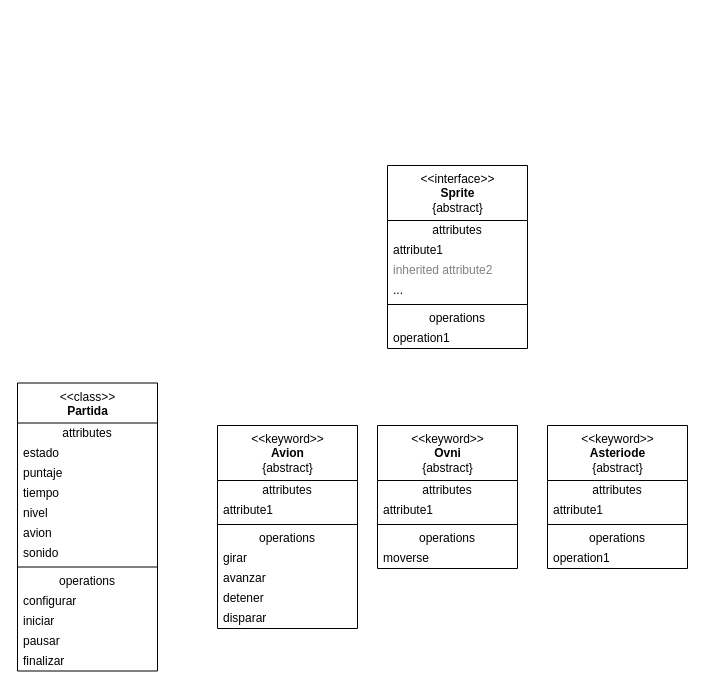
Earlier version of the draw.io diagram clases.dio (PanoccaJhon/TO-naves). Source tidied: cells renumbered, new cells numbered last; positions are measured from the earlier drawing's top-left corner, leaving out a move shared by most shapes. Both pictures are drawn from the tidied source at 100%, with x=0, y=0 at pixel (17, 165).
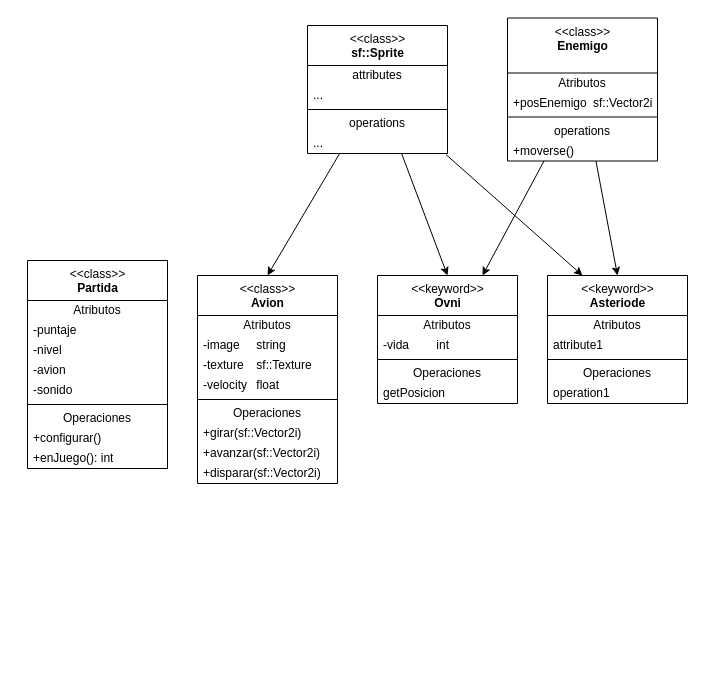
The same page after the edit.

Commit message (it also covers changes not shown here):
versin 2 de clases

The edit, as a diff of the source:
```diff
@@
     <mxCell id="2" value="&amp;lt;&amp;lt;class&amp;gt;&amp;gt;&lt;br&gt;&lt;b&gt;Partida&lt;/b&gt;" style="swimlane;fontStyle=0;align=center;verticalAlign=top;horizontal=1;startSize=40;html=1;" parent="1" vertex="1">
-      <mxGeometry y="217.5" width="140" height="288" as="geometry" />
+      <mxGeometry x="10" y="95" width="140" height="208" as="geometry" />
     </mxCell>
-    <mxCell id="3" value="attributes" style="text;html=1;strokeColor=none;fillColor=none;align=center;verticalAlign=middle;spacingLeft=4;spacingRight=4;overflow=hidden;" parent="2" vertex="1">
+    <mxCell id="3" value="Atributos" style="text;html=1;strokeColor=none;fillColor=none;align=center;verticalAlign=middle;spacingLeft=4;spacingRight=4;overflow=hidden;" parent="2" vertex="1">
       <mxGeometry y="40" width="140" height="20" as="geometry" />
     </mxCell>
-    <mxCell id="4" value="estado" style="text;html=1;strokeColor=none;fillColor=none;align=left;verticalAlign=middle;spacingLeft=4;spacingRight=4;overflow=hidden;" parent="2" vertex="1">
-      <mxGeometry y="60" width="140" height="20" as="geometry" />
-    </mxCell>
-    <mxCell id="5" value="puntaje" style="text;html=1;strokeColor=none;fillColor=none;align=left;verticalAlign=middle;spacingLeft=4;spacingRight=4;overflow=hidden;" parent="2" vertex="1">
-      <mxGeometry y="80" width="140" height="20" as="geometry" />
+    <mxCell id="5" value="-puntaje" style="text;html=1;strokeColor=none;fillColor=none;align=left;verticalAlign=middle;spacingLeft=4;spacingRight=4;overflow=hidden;" parent="2" vertex="1">
+      <mxGeometry y="60" width="140" height="20" as="geometry" />
     </mxCell>
-    <mxCell id="6" value="tiempo" style="text;html=1;strokeColor=none;fillColor=none;align=left;verticalAlign=middle;spacingLeft=4;spacingRight=4;overflow=hidden;" parent="2" vertex="1">
-      <mxGeometry y="100" width="140" height="20" as="geometry" />
-    </mxCell>
-    <mxCell id="7" value="nivel" style="text;html=1;strokeColor=none;fillColor=none;align=left;verticalAlign=middle;spacingLeft=4;spacingRight=4;overflow=hidden;" parent="2" vertex="1">
-      <mxGeometry y="120" width="140" height="20" as="geometry" />
+    <mxCell id="7" value="-nivel" style="text;html=1;strokeColor=none;fillColor=none;align=left;verticalAlign=middle;spacingLeft=4;spacingRight=4;overflow=hidden;" parent="2" vertex="1">
+      <mxGeometry y="80" width="140" height="20" as="geometry" />
     </mxCell>
-    <mxCell id="8" value="avion" style="text;html=1;strokeColor=none;fillColor=none;align=left;verticalAlign=middle;spacingLeft=4;spacingRight=4;overflow=hidden;" parent="2" vertex="1">
-      <mxGeometry y="140" width="140" height="20" as="geometry" />
+    <mxCell id="8" value="-avion" style="text;html=1;strokeColor=none;fillColor=none;align=left;verticalAlign=middle;spacingLeft=4;spacingRight=4;overflow=hidden;" parent="2" vertex="1">
+      <mxGeometry y="100" width="140" height="20" as="geometry" />
     </mxCell>
-    <mxCell id="9" value="sonido" style="text;html=1;strokeColor=none;fillColor=none;align=left;verticalAlign=middle;spacingLeft=4;spacingRight=4;overflow=hidden;" parent="2" vertex="1">
-      <mxGeometry y="160" width="140" height="20" as="geometry" />
+    <mxCell id="9" value="-sonido" style="text;html=1;strokeColor=none;fillColor=none;align=left;verticalAlign=middle;spacingLeft=4;spacingRight=4;overflow=hidden;" parent="2" vertex="1">
+      <mxGeometry y="120" width="140" height="20" as="geometry" />
     </mxCell>
     <mxCell id="10" style="line;strokeWidth=1;fillColor=none;align=left;verticalAlign=middle;spacingTop=-1;spacingLeft=3;spacingRight=3;labelPosition=right;" parent="2" vertex="1">
-      <mxGeometry y="180" width="140" height="8" as="geometry" />
+      <mxGeometry y="140" width="140" height="8" as="geometry" />
     </mxCell>
-    <mxCell id="11" value="operations" style="text;html=1;strokeColor=none;fillColor=none;align=center;verticalAlign=middle;spacingLeft=4;spacingRight=4;overflow=hidden;" parent="2" vertex="1">
-      <mxGeometry y="188" width="140" height="20" as="geometry" />
+    <mxCell id="11" value="Operaciones" style="text;html=1;strokeColor=none;fillColor=none;align=center;verticalAlign=middle;spacingLeft=4;spacingRight=4;overflow=hidden;" parent="2" vertex="1">
+      <mxGeometry y="148" width="140" height="20" as="geometry" />
     </mxCell>
-    <mxCell id="12" value="configurar" style="text;html=1;strokeColor=none;fillColor=none;align=left;verticalAlign=middle;spacingLeft=4;spacingRight=4;overflow=hidden;" parent="2" vertex="1">
-      <mxGeometry y="208" width="140" height="20" as="geometry" />
+    <mxCell id="12" value="+configurar()" style="text;html=1;strokeColor=none;fillColor=none;align=left;verticalAlign=middle;spacingLeft=4;spacingRight=4;overflow=hidden;" parent="2" vertex="1">
+      <mxGeometry y="168" width="140" height="20" as="geometry" />
     </mxCell>
-    <mxCell id="13" value="iniciar" style="text;html=1;strokeColor=none;fillColor=none;align=left;verticalAlign=middle;spacingLeft=4;spacingRight=4;overflow=hidden;" parent="2" vertex="1">
-      <mxGeometry y="228" width="140" height="20" as="geometry" />
+    <mxCell id="13" value="+enJuego(): int" style="text;html=1;strokeColor=none;fillColor=none;align=left;verticalAlign=middle;spacingLeft=4;spacingRight=4;overflow=hidden;" parent="2" vertex="1">
+      <mxGeometry y="188" width="140" height="20" as="geometry" />
     </mxCell>
-    <mxCell id="14" value="pausar" style="text;html=1;strokeColor=none;fillColor=none;align=left;verticalAlign=middle;spacingLeft=4;spacingRight=4;overflow=hidden;" parent="2" vertex="1">
-      <mxGeometry y="248" width="140" height="20" as="geometry" />
-    </mxCell>
-    <mxCell id="15" value="finalizar" style="text;html=1;strokeColor=none;fillColor=none;align=left;verticalAlign=middle;spacingLeft=4;spacingRight=4;overflow=hidden;" parent="2" vertex="1">
-      <mxGeometry y="268" width="140" height="20" as="geometry" />
-    </mxCell>
-    <mxCell id="16" value="&amp;lt;&amp;lt;keyword&amp;gt;&amp;gt;&lt;br&gt;&lt;b&gt;Avion&lt;/b&gt;&lt;br&gt;{abstract}" style="swimlane;fontStyle=0;align=center;verticalAlign=top;horizontal=1;startSize=55;html=1;" parent="1" vertex="1">
-      <mxGeometry x="200" y="260" width="140" height="203" as="geometry" />
+    <mxCell id="16" value="&amp;lt;&amp;lt;class&amp;gt;&amp;gt;&lt;br&gt;&lt;b&gt;Avion&lt;/b&gt;" style="swimlane;fontStyle=0;align=center;verticalAlign=top;horizontal=1;startSize=40;html=1;" parent="1" vertex="1">
+      <mxGeometry x="180" y="110" width="140" height="208" as="geometry" />
     </mxCell>
-    <mxCell id="17" value="attributes" style="text;html=1;strokeColor=none;fillColor=none;align=center;verticalAlign=middle;spacingLeft=4;spacingRight=4;overflow=hidden;" parent="16" vertex="1">
-      <mxGeometry y="55" width="140" height="20" as="geometry" />
+    <mxCell id="17" value="Atributos" style="text;html=1;strokeColor=none;fillColor=none;align=center;verticalAlign=middle;spacingLeft=4;spacingRight=4;overflow=hidden;" parent="16" vertex="1">
+      <mxGeometry y="40" width="140" height="20" as="geometry" />
     </mxCell>
-    <mxCell id="18" value="attribute1" style="text;html=1;strokeColor=none;fillColor=none;align=left;verticalAlign=middle;spacingLeft=4;spacingRight=4;overflow=hidden;" parent="16" vertex="1">
-      <mxGeometry y="75" width="140" height="20" as="geometry" />
+    <mxCell id="18" value="-image&lt;span style=&quot;white-space: pre;&quot;&gt;&#9;&lt;/span&gt;string" style="text;html=1;strokeColor=none;fillColor=none;align=left;verticalAlign=middle;spacingLeft=4;spacingRight=4;overflow=hidden;" parent="16" vertex="1">
+      <mxGeometry y="60" width="140" height="20" as="geometry" />
     </mxCell>
+    <mxCell id="45" value="-texture&lt;span style=&quot;white-space: pre;&quot;&gt;&#9;&lt;/span&gt;sf::Texture" style="text;html=1;strokeColor=none;fillColor=none;align=left;verticalAlign=middle;spacingLeft=4;spacingRight=4;overflow=hidden;" parent="16" vertex="1">
+      <mxGeometry y="80" width="140" height="20" as="geometry" />
+    </mxCell>
+    <mxCell id="46" value="-velocity&lt;span style=&quot;white-space: pre;&quot;&gt;&#9;&lt;/span&gt;float" style="text;html=1;strokeColor=none;fillColor=none;align=left;verticalAlign=middle;spacingLeft=4;spacingRight=4;overflow=hidden;" parent="16" vertex="1">
+      <mxGeometry y="100" width="140" height="20" as="geometry" />
+    </mxCell>
     <mxCell id="19" style="line;strokeWidth=1;fillColor=none;align=left;verticalAlign=middle;spacingTop=-1;spacingLeft=3;spacingRight=3;labelPosition=right;" parent="16" vertex="1">
-      <mxGeometry y="95" width="140" height="8" as="geometry" />
+      <mxGeometry y="120" width="140" height="8" as="geometry" />
     </mxCell>
-    <mxCell id="20" value="operations" style="text;html=1;strokeColor=none;fillColor=none;align=center;verticalAlign=middle;spacingLeft=4;spacingRight=4;overflow=hidden;" parent="16" vertex="1">
-      <mxGeometry y="103" width="140" height="20" as="geometry" />
+    <mxCell id="20" value="Operaciones" style="text;html=1;strokeColor=none;fillColor=none;align=center;verticalAlign=middle;spacingLeft=4;spacingRight=4;overflow=hidden;" parent="16" vertex="1">
+      <mxGeometry y="128" width="140" height="20" as="geometry" />
     </mxCell>
-    <mxCell id="21" value="girar" style="text;html=1;strokeColor=none;fillColor=none;align=left;verticalAlign=middle;spacingLeft=4;spacingRight=4;overflow=hidden;" parent="16" vertex="1">
-      <mxGeometry y="123" width="140" height="20" as="geometry" />
+    <mxCell id="21" value="+girar(sf::Vector2i)" style="text;html=1;strokeColor=none;fillColor=none;align=left;verticalAlign=middle;spacingLeft=4;spacingRight=4;overflow=hidden;" parent="16" vertex="1">
+      <mxGeometry y="148" width="140" height="20" as="geometry" />
     </mxCell>
-    <mxCell id="22" value="avanzar" style="text;html=1;strokeColor=none;fillColor=none;align=left;verticalAlign=middle;spacingLeft=4;spacingRight=4;overflow=hidden;" parent="16" vertex="1">
-      <mxGeometry y="143" width="140" height="20" as="geometry" />
+    <mxCell id="22" value="+avanzar(sf::Vector2i)" style="text;html=1;strokeColor=none;fillColor=none;align=left;verticalAlign=middle;spacingLeft=4;spacingRight=4;overflow=hidden;" parent="16" vertex="1">
+      <mxGeometry y="168" width="140" height="20" as="geometry" />
     </mxCell>
-    <mxCell id="23" value="detener" style="text;html=1;strokeColor=none;fillColor=none;align=left;verticalAlign=middle;spacingLeft=4;spacingRight=4;overflow=hidden;" parent="16" vertex="1">
-      <mxGeometry y="163" width="140" height="20" as="geometry" />
-    </mxCell>
-    <mxCell id="24" value="disparar" style="text;html=1;strokeColor=none;fillColor=none;align=left;verticalAlign=middle;spacingLeft=4;spacingRight=4;overflow=hidden;" parent="16" vertex="1">
-      <mxGeometry y="183" width="140" height="20" as="geometry" />
+    <mxCell id="24" value="+disparar(sf::Vector2i)" style="text;html=1;strokeColor=none;fillColor=none;align=left;verticalAlign=middle;spacingLeft=4;spacingRight=4;overflow=hidden;" parent="16" vertex="1">
+      <mxGeometry y="188" width="140" height="20" as="geometry" />
     </mxCell>
-    <mxCell id="25" value="&amp;lt;&amp;lt;keyword&amp;gt;&amp;gt;&lt;br&gt;&lt;b&gt;Ovni&lt;/b&gt;&lt;br&gt;{abstract}" style="swimlane;fontStyle=0;align=center;verticalAlign=top;horizontal=1;startSize=55;html=1;" parent="1" vertex="1">
-      <mxGeometry x="360" y="260" width="140" height="143" as="geometry" />
+    <mxCell id="25" value="&amp;lt;&amp;lt;keyword&amp;gt;&amp;gt;&lt;br&gt;&lt;b&gt;Ovni&lt;/b&gt;" style="swimlane;fontStyle=0;align=center;verticalAlign=top;horizontal=1;startSize=40;html=1;" parent="1" vertex="1">
+      <mxGeometry x="360" y="110" width="140" height="128" as="geometry" />
     </mxCell>
-    <mxCell id="26" value="attributes" style="text;html=1;strokeColor=none;fillColor=none;align=center;verticalAlign=middle;spacingLeft=4;spacingRight=4;overflow=hidden;" parent="25" vertex="1">
-      <mxGeometry y="55" width="140" height="20" as="geometry" />
+    <mxCell id="26" value="Atributos" style="text;html=1;strokeColor=none;fillColor=none;align=center;verticalAlign=middle;spacingLeft=4;spacingRight=4;overflow=hidden;" parent="25" vertex="1">
+      <mxGeometry y="40" width="140" height="20" as="geometry" />
     </mxCell>
-    <mxCell id="27" value="attribute1" style="text;html=1;strokeColor=none;fillColor=none;align=left;verticalAlign=middle;spacingLeft=4;spacingRight=4;overflow=hidden;" parent="25" vertex="1">
-      <mxGeometry y="75" width="140" height="20" as="geometry" />
+    <mxCell id="27" value="-vida&lt;span style=&quot;white-space: pre;&quot;&gt;&#9;&lt;/span&gt;int" style="text;html=1;strokeColor=none;fillColor=none;align=left;verticalAlign=middle;spacingLeft=4;spacingRight=4;overflow=hidden;" parent="25" vertex="1">
+      <mxGeometry y="60" width="140" height="20" as="geometry" />
     </mxCell>
     <mxCell id="28" style="line;strokeWidth=1;fillColor=none;align=left;verticalAlign=middle;spacingTop=-1;spacingLeft=3;spacingRight=3;labelPosition=right;" parent="25" vertex="1">
-      <mxGeometry y="95" width="140" height="8" as="geometry" />
+      <mxGeometry y="80" width="140" height="8" as="geometry" />
     </mxCell>
-    <mxCell id="29" value="operations" style="text;html=1;strokeColor=none;fillColor=none;align=center;verticalAlign=middle;spacingLeft=4;spacingRight=4;overflow=hidden;" parent="25" vertex="1">
-      <mxGeometry y="103" width="140" height="20" as="geometry" />
+    <mxCell id="29" value="Operaciones" style="text;html=1;strokeColor=none;fillColor=none;align=center;verticalAlign=middle;spacingLeft=4;spacingRight=4;overflow=hidden;" parent="25" vertex="1">
+      <mxGeometry y="88" width="140" height="20" as="geometry" />
     </mxCell>
-    <mxCell id="30" value="moverse" style="text;html=1;strokeColor=none;fillColor=none;align=left;verticalAlign=middle;spacingLeft=4;spacingRight=4;overflow=hidden;" parent="25" vertex="1">
-      <mxGeometry y="123" width="140" height="20" as="geometry" />
+    <mxCell id="30" value="getPosicion" style="text;html=1;strokeColor=none;fillColor=none;align=left;verticalAlign=middle;spacingLeft=4;spacingRight=4;overflow=hidden;" parent="25" vertex="1">
+      <mxGeometry y="108" width="140" height="20" as="geometry" />
     </mxCell>
-    <mxCell id="31" value="&amp;lt;&amp;lt;keyword&amp;gt;&amp;gt;&lt;br&gt;&lt;b&gt;Asteriode&lt;/b&gt;&lt;br&gt;{abstract}" style="swimlane;fontStyle=0;align=center;verticalAlign=top;horizontal=1;startSize=55;html=1;" parent="1" vertex="1">
-      <mxGeometry x="530" y="260" width="140" height="143" as="geometry" />
+    <mxCell id="31" value="&amp;lt;&amp;lt;keyword&amp;gt;&amp;gt;&lt;br&gt;&lt;b&gt;Asteriode&lt;/b&gt;" style="swimlane;fontStyle=0;align=center;verticalAlign=top;horizontal=1;startSize=40;html=1;" parent="1" vertex="1">
+      <mxGeometry x="530" y="110" width="140" height="128" as="geometry" />
     </mxCell>
-    <mxCell id="32" value="attributes" style="text;html=1;strokeColor=none;fillColor=none;align=center;verticalAlign=middle;spacingLeft=4;spacingRight=4;overflow=hidden;" parent="31" vertex="1">
-      <mxGeometry y="55" width="140" height="20" as="geometry" />
+    <mxCell id="32" value="Atributos" style="text;html=1;strokeColor=none;fillColor=none;align=center;verticalAlign=middle;spacingLeft=4;spacingRight=4;overflow=hidden;" parent="31" vertex="1">
+      <mxGeometry y="40" width="140" height="20" as="geometry" />
     </mxCell>
     <mxCell id="33" value="attribute1" style="text;html=1;strokeColor=none;fillColor=none;align=left;verticalAlign=middle;spacingLeft=4;spacingRight=4;overflow=hidden;" parent="31" vertex="1">
-      <mxGeometry y="75" width="140" height="20" as="geometry" />
+      <mxGeometry y="60" width="140" height="20" as="geometry" />
     </mxCell>
     <mxCell id="34" style="line;strokeWidth=1;fillColor=none;align=left;verticalAlign=middle;spacingTop=-1;spacingLeft=3;spacingRight=3;labelPosition=right;" parent="31" vertex="1">
-      <mxGeometry y="95" width="140" height="8" as="geometry" />
+      <mxGeometry y="80" width="140" height="8" as="geometry" />
     </mxCell>
-    <mxCell id="35" value="operations" style="text;html=1;strokeColor=none;fillColor=none;align=center;verticalAlign=middle;spacingLeft=4;spacingRight=4;overflow=hidden;" parent="31" vertex="1">
-      <mxGeometry y="103" width="140" height="20" as="geometry" />
+    <mxCell id="35" value="Operaciones" style="text;html=1;strokeColor=none;fillColor=none;align=center;verticalAlign=middle;spacingLeft=4;spacingRight=4;overflow=hidden;" parent="31" vertex="1">
+      <mxGeometry y="88" width="140" height="20" as="geometry" />
     </mxCell>
     <mxCell id="36" value="operation1" style="text;html=1;strokeColor=none;fillColor=none;align=left;verticalAlign=middle;spacingLeft=4;spacingRight=4;overflow=hidden;" parent="31" vertex="1">
-      <mxGeometry y="123" width="140" height="20" as="geometry" />
+      <mxGeometry y="108" width="140" height="20" as="geometry" />
     </mxCell>
-    <mxCell id="37" value="&amp;lt;&amp;lt;interface&amp;gt;&amp;gt;&lt;br&gt;&lt;b&gt;Sprite&lt;/b&gt;&lt;br&gt;{abstract}" style="swimlane;fontStyle=0;align=center;verticalAlign=top;horizontal=1;startSize=55;html=1;" parent="1" vertex="1">
-      <mxGeometry x="370" width="140" height="183" as="geometry" />
-    </mxCell>
+    <mxCell id="47" style="edgeStyle=none;html=1;entryX=0.75;entryY=0;entryDx=0;entryDy=0;" parent="1" edge="1" source="49" target="25">
+      <mxGeometry relative="1" as="geometry" />
+    </mxCell>
+    <mxCell id="48" style="edgeStyle=none;html=1;entryX=0.5;entryY=0;entryDx=0;entryDy=0;" parent="1" edge="1" source="49" target="31">
+      <mxGeometry relative="1" as="geometry" />
+    </mxCell>
+    <mxCell id="49" value="&amp;lt;&amp;lt;class&amp;gt;&amp;gt;&lt;br&gt;&lt;b&gt;Enemigo&lt;/b&gt;&lt;br&gt;" style="swimlane;fontStyle=0;align=center;verticalAlign=top;horizontal=1;startSize=55;html=1;" parent="1" vertex="1">
+      <mxGeometry x="490" y="-147.5" width="150" height="143" as="geometry" />
+    </mxCell>
+    <mxCell id="50" value="Atributos" style="text;html=1;strokeColor=none;fillColor=none;align=center;verticalAlign=middle;spacingLeft=4;spacingRight=4;overflow=hidden;" parent="49" vertex="1">
+      <mxGeometry y="55" width="150" height="20" as="geometry" />
+    </mxCell>
+    <mxCell id="51" value="+posEnemigo&lt;span style=&quot;white-space: pre;&quot;&gt;&#9;&lt;/span&gt;sf::Vector2i" style="text;html=1;strokeColor=none;fillColor=none;align=left;verticalAlign=middle;spacingLeft=4;spacingRight=4;overflow=hidden;" parent="49" vertex="1">
+      <mxGeometry y="75" width="150" height="20" as="geometry" />
+    </mxCell>
+    <mxCell id="52" style="line;strokeWidth=1;fillColor=none;align=left;verticalAlign=middle;spacingTop=-1;spacingLeft=3;spacingRight=3;labelPosition=right;" parent="49" vertex="1">
+      <mxGeometry y="95" width="150" height="8" as="geometry" />
+    </mxCell>
+    <mxCell id="53" value="operations" style="text;html=1;strokeColor=none;fillColor=none;align=center;verticalAlign=middle;spacingLeft=4;spacingRight=4;overflow=hidden;" parent="49" vertex="1">
+      <mxGeometry y="103" width="150" height="20" as="geometry" />
+    </mxCell>
+    <mxCell id="54" value="+moverse()" style="text;html=1;strokeColor=none;fillColor=none;align=left;verticalAlign=middle;spacingLeft=4;spacingRight=4;overflow=hidden;" parent="49" vertex="1">
+      <mxGeometry y="123" width="150" height="20" as="geometry" />
+    </mxCell>
+    <mxCell id="55" style="edgeStyle=none;html=1;entryX=0.5;entryY=0;entryDx=0;entryDy=0;" parent="1" edge="1" source="57" target="16">
+      <mxGeometry relative="1" as="geometry" />
+    </mxCell>
+    <mxCell id="56" style="edgeStyle=none;html=1;entryX=0.5;entryY=0;entryDx=0;entryDy=0;" parent="1" edge="1" source="57" target="25">
+      <mxGeometry relative="1" as="geometry" />
+    </mxCell>
+    <mxCell id="57" value="&amp;lt;&amp;lt;class&amp;gt;&amp;gt;&lt;br&gt;&lt;b&gt;sf::Sprite&lt;/b&gt;&lt;br&gt;" style="swimlane;fontStyle=0;align=center;verticalAlign=top;horizontal=1;startSize=40;html=1;" parent="1" vertex="1">
+      <mxGeometry x="290" y="-140" width="140" height="128" as="geometry" />
+    </mxCell>
-    <mxCell id="38" value="attributes" style="text;html=1;strokeColor=none;fillColor=none;align=center;verticalAlign=middle;spacingLeft=4;spacingRight=4;overflow=hidden;" parent="37" vertex="1">
-      <mxGeometry y="55" width="140" height="20" as="geometry" />
+    <mxCell id="38" value="attributes" style="text;html=1;strokeColor=none;fillColor=none;align=center;verticalAlign=middle;spacingLeft=4;spacingRight=4;overflow=hidden;" parent="57" vertex="1">
+      <mxGeometry y="40" width="140" height="20" as="geometry" />
     </mxCell>
-    <mxCell id="39" value="attribute1" style="text;html=1;strokeColor=none;fillColor=none;align=left;verticalAlign=middle;spacingLeft=4;spacingRight=4;overflow=hidden;" parent="37" vertex="1">
-      <mxGeometry y="75" width="140" height="20" as="geometry" />
-    </mxCell>
-    <mxCell id="40" value="inherited attribute2" style="text;html=1;strokeColor=none;fillColor=none;align=left;verticalAlign=middle;spacingLeft=4;spacingRight=4;overflow=hidden;fontColor=#808080;" parent="37" vertex="1">
-      <mxGeometry y="95" width="140" height="20" as="geometry" />
-    </mxCell>
-    <mxCell id="41" value="..." style="text;html=1;strokeColor=none;fillColor=none;align=left;verticalAlign=middle;spacingLeft=4;spacingRight=4;overflow=hidden;" parent="37" vertex="1">
-      <mxGeometry y="115" width="140" height="20" as="geometry" />
-    </mxCell>
-    <mxCell id="42" style="line;strokeWidth=1;fillColor=none;align=left;verticalAlign=middle;spacingTop=-1;spacingLeft=3;spacingRight=3;labelPosition=right;" parent="37" vertex="1">
-      <mxGeometry y="135" width="140" height="8" as="geometry" />
-    </mxCell>
-    <mxCell id="43" value="operations" style="text;html=1;strokeColor=none;fillColor=none;align=center;verticalAlign=middle;spacingLeft=4;spacingRight=4;overflow=hidden;" parent="37" vertex="1">
-      <mxGeometry y="143" width="140" height="20" as="geometry" />
-    </mxCell>
-    <mxCell id="44" value="operation1" style="text;html=1;strokeColor=none;fillColor=none;align=left;verticalAlign=middle;spacingLeft=4;spacingRight=4;overflow=hidden;" parent="37" vertex="1">
-      <mxGeometry y="163" width="140" height="20" as="geometry" />
-    </mxCell>
+    <mxCell id="58" value="..." style="text;html=1;strokeColor=none;fillColor=none;align=left;verticalAlign=middle;spacingLeft=4;spacingRight=4;overflow=hidden;" parent="57" vertex="1">
+      <mxGeometry y="60" width="140" height="20" as="geometry" />
+    </mxCell>
+    <mxCell id="59" style="line;strokeWidth=1;fillColor=none;align=left;verticalAlign=middle;spacingTop=-1;spacingLeft=3;spacingRight=3;labelPosition=right;" parent="57" vertex="1">
+      <mxGeometry y="80" width="140" height="8" as="geometry" />
+    </mxCell>
+    <mxCell id="60" value="operations" style="text;html=1;strokeColor=none;fillColor=none;align=center;verticalAlign=middle;spacingLeft=4;spacingRight=4;overflow=hidden;" parent="57" vertex="1">
+      <mxGeometry y="88" width="140" height="20" as="geometry" />
+    </mxCell>
+    <mxCell id="61" value="..." style="text;html=1;strokeColor=none;fillColor=none;align=left;verticalAlign=middle;spacingLeft=4;spacingRight=4;overflow=hidden;points=[[0,0.5],[1,0.5]];portConstraint=eastwest;" parent="57" vertex="1">
+      <mxGeometry y="108" width="140" height="20" as="geometry" />
+    </mxCell>
+    <mxCell id="62" style="edgeStyle=none;html=1;entryX=0.25;entryY=0;entryDx=0;entryDy=0;exitX=0.99;exitY=1.058;exitDx=0;exitDy=0;exitPerimeter=0;" parent="1" edge="1" source="61" target="31">
+      <mxGeometry relative="1" as="geometry" />
+    </mxCell>
```
